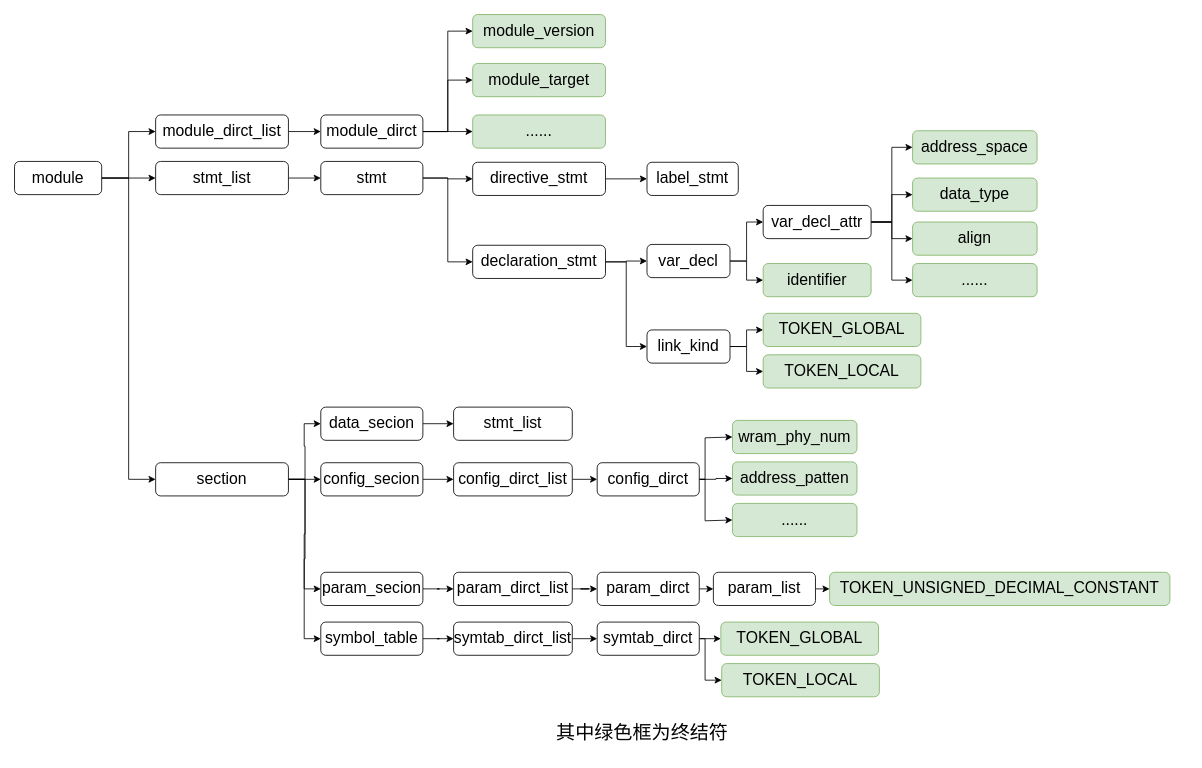
Earlier version of the draw.io diagram new_frontend.drawio (liyp1120/draw.io). Source tidied: cells renumbered, new cells numbered last; positions are measured from the earlier drawing's top-left corner, leaving out a move shared by most shapes. Both pictures are drawn from the tidied source at 83%, with x=0, y=0 at pixel (14, 14).
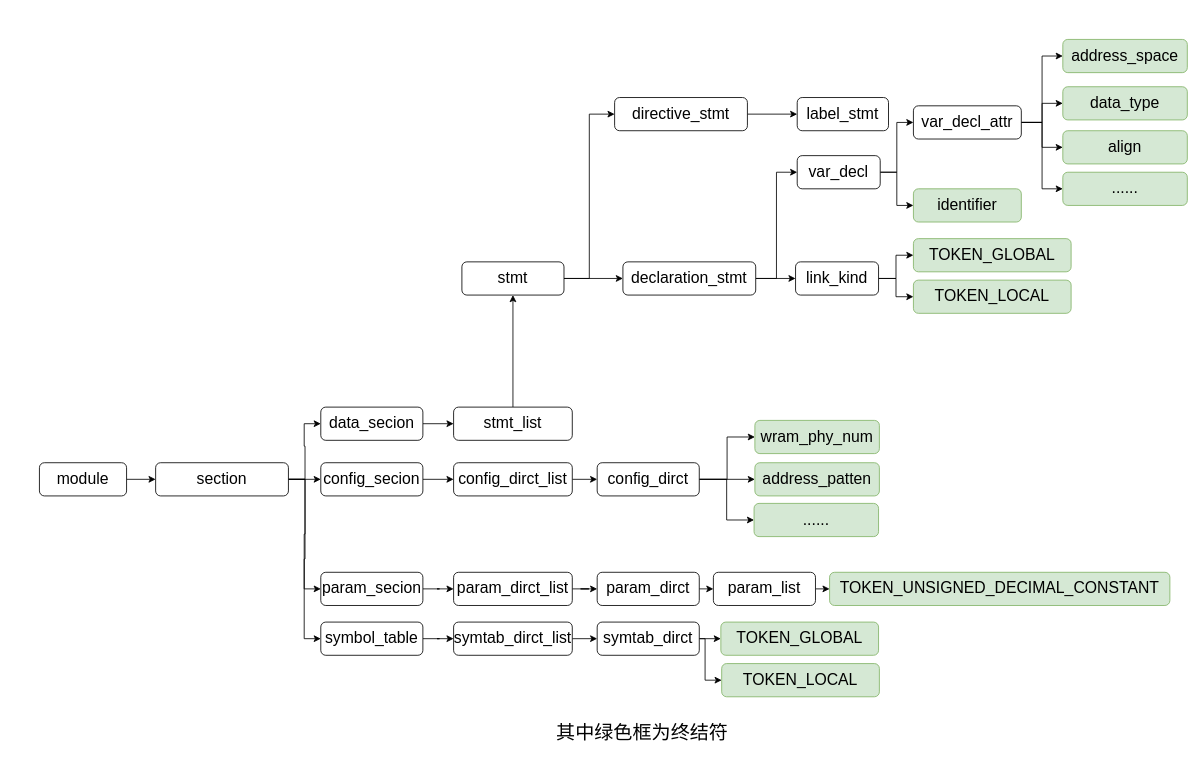
The same diagram, later.

The change refers to these unchanged cells:
```xml
<mxCell id="58" value="&lt;font style=&quot;font-size: 19px;&quot;&gt;stmt_list&lt;/font&gt;" style="rounded=1;whiteSpace=wrap;html=1;" parent="1" vertex="1">
  <mxGeometry x="529" y="473" width="143" height="40" as="geometry" />
</mxCell>
<mxCell id="68" value="&lt;font style=&quot;font-size: 19px;&quot;&gt;config_dirct&lt;/font&gt;" style="rounded=1;whiteSpace=wrap;html=1;" parent="1" vertex="1">
  <mxGeometry x="702" y="540" width="123" height="40" as="geometry" />
</mxCell>
```

What changed in the source:
```diff
@@
-    <mxCell id="3" style="edgeStyle=orthogonalEdgeStyle;rounded=0;jettySize=auto;html=1;exitX=1;exitY=0.5;exitDx=0;exitDy=0;entryX=0;entryY=0.5;entryDx=0;entryDy=0;" parent="1" edge="1" source="6" target="8">
-      <mxGeometry relative="1" as="geometry" />
-    </mxCell>
-    <mxCell id="4" style="edgeStyle=orthogonalEdgeStyle;rounded=0;jettySize=auto;html=1;exitX=1;exitY=0.5;exitDx=0;exitDy=0;entryX=0;entryY=0.5;entryDx=0;entryDy=0;" parent="1" edge="1" source="6" target="10">
-      <mxGeometry relative="1" as="geometry" />
-    </mxCell>
@@
     <mxCell id="6" value="&lt;font style=&quot;font-size: 19px;&quot;&gt;module&lt;/font&gt;" style="rounded=1;whiteSpace=wrap;html=1;" parent="1" vertex="1">
-      <mxGeometry y="177" width="105" height="40" as="geometry" />
+      <mxGeometry x="30" y="540" width="105" height="40" as="geometry" />
     </mxCell>
-    <mxCell id="7" style="edgeStyle=orthogonalEdgeStyle;rounded=0;jettySize=auto;html=1;exitX=1;exitY=0.5;exitDx=0;exitDy=0;entryX=0;entryY=0.5;entryDx=0;entryDy=0;" parent="1" edge="1" source="8" target="36">
-      <mxGeometry relative="1" as="geometry" />
-    </mxCell>
-    <mxCell id="8" value="&lt;font style=&quot;font-size: 19px;&quot;&gt;module_dirct_list&lt;/font&gt;" style="rounded=1;whiteSpace=wrap;html=1;" parent="1" vertex="1">
-      <mxGeometry x="170" y="121" width="160" height="40" as="geometry" />
-    </mxCell>
-    <mxCell id="9" style="edgeStyle=orthogonalEdgeStyle;rounded=0;jettySize=auto;html=1;exitX=1;exitY=0.5;exitDx=0;exitDy=0;entryX=0;entryY=0.5;entryDx=0;entryDy=0;" parent="1" edge="1" source="10" target="39">
-      <mxGeometry relative="1" as="geometry" />
-    </mxCell>
-    <mxCell id="10" value="&lt;font style=&quot;font-size: 19px;&quot;&gt;stmt_list&lt;/font&gt;" style="rounded=1;whiteSpace=wrap;html=1;" parent="1" vertex="1">
-      <mxGeometry x="170" y="177" width="160" height="40" as="geometry" />
-    </mxCell>
-    <mxCell id="11" value="&lt;font style=&quot;font-size: 19px;&quot;&gt;module_version&lt;br&gt;&lt;/font&gt;" style="rounded=1;whiteSpace=wrap;html=1;fillColor=#d5e8d4;strokeColor=#82b366;" parent="1" vertex="1">
-      <mxGeometry x="552" width="160" height="40" as="geometry" />
-    </mxCell>
-    <mxCell id="12" value="&lt;font style=&quot;font-size: 19px;&quot;&gt;module_target&lt;br&gt;&lt;/font&gt;" style="rounded=1;whiteSpace=wrap;html=1;fillColor=#d5e8d4;strokeColor=#82b366;" parent="1" vertex="1">
-      <mxGeometry x="552" y="59" width="160" height="40" as="geometry" />
-    </mxCell>
-    <mxCell id="13" value="&lt;font style=&quot;font-size: 19px;&quot;&gt;......&lt;br&gt;&lt;/font&gt;" style="rounded=1;whiteSpace=wrap;html=1;fillColor=#d5e8d4;strokeColor=#82b366;" parent="1" vertex="1">
-      <mxGeometry x="552" y="121" width="160" height="40" as="geometry" />
-    </mxCell>
@@
     <mxCell id="15" value="&lt;font style=&quot;font-size: 19px;&quot;&gt;directive_stmt&lt;/font&gt;" style="rounded=1;whiteSpace=wrap;html=1;" parent="1" vertex="1">
-      <mxGeometry x="552" y="178" width="160" height="40" as="geometry" />
+      <mxGeometry x="723" y="100" width="160" height="40" as="geometry" />
     </mxCell>
@@
     <mxCell id="18" value="&lt;font style=&quot;font-size: 19px;&quot;&gt;declaration_stmt&lt;/font&gt;" style="rounded=1;whiteSpace=wrap;html=1;" parent="1" vertex="1">
-      <mxGeometry x="552" y="278" width="160" height="40" as="geometry" />
+      <mxGeometry x="733" y="298" width="160" height="40" as="geometry" />
     </mxCell>
     <mxCell id="19" value="&lt;font style=&quot;font-size: 19px;&quot;&gt;label_stmt&lt;/font&gt;" style="rounded=1;whiteSpace=wrap;html=1;" parent="1" vertex="1">
-      <mxGeometry x="762" y="178" width="110" height="40" as="geometry" />
+      <mxGeometry x="943" y="100" width="110" height="40" as="geometry" />
     </mxCell>
@@
     <mxCell id="22" value="&lt;font style=&quot;font-size: 19px;&quot;&gt;var_decl&lt;/font&gt;" style="rounded=1;whiteSpace=wrap;html=1;" parent="1" vertex="1">
-      <mxGeometry x="762" y="277" width="100" height="40" as="geometry" />
+      <mxGeometry x="943" y="170" width="100" height="40" as="geometry" />
     </mxCell>
@@
     <mxCell id="27" value="&lt;font style=&quot;font-size: 19px;&quot;&gt;var_decl_attr&lt;/font&gt;" style="rounded=1;whiteSpace=wrap;html=1;" parent="1" vertex="1">
-      <mxGeometry x="902" y="230" width="130" height="40" as="geometry" />
+      <mxGeometry x="1083" y="110" width="130" height="40" as="geometry" />
     </mxCell>
@@
-    <mxCell id="33" style="edgeStyle=orthogonalEdgeStyle;rounded=0;jettySize=auto;html=1;exitX=1;exitY=0.5;exitDx=0;exitDy=0;entryX=0;entryY=0.5;entryDx=0;entryDy=0;" parent="1" edge="1" source="36" target="11">
-      <mxGeometry relative="1" as="geometry" />
-    </mxCell>
-    <mxCell id="34" style="edgeStyle=orthogonalEdgeStyle;rounded=0;jettySize=auto;html=1;exitX=1;exitY=0.5;exitDx=0;exitDy=0;entryX=0;entryY=0.5;entryDx=0;entryDy=0;" parent="1" edge="1" source="36" target="12">
-      <mxGeometry relative="1" as="geometry" />
-    </mxCell>
-    <mxCell id="35" style="edgeStyle=orthogonalEdgeStyle;rounded=0;jettySize=auto;html=1;exitX=1;exitY=0.5;exitDx=0;exitDy=0;entryX=0;entryY=0.5;entryDx=0;entryDy=0;" parent="1" edge="1" source="36" target="13">
-      <mxGeometry relative="1" as="geometry" />
-    </mxCell>
-    <mxCell id="36" value="&lt;font style=&quot;font-size: 19px;&quot;&gt;module_dirct&lt;/font&gt;" style="rounded=1;whiteSpace=wrap;html=1;" parent="1" vertex="1">
-      <mxGeometry x="369" y="121" width="123" height="40" as="geometry" />
-    </mxCell>
@@
     <mxCell id="39" value="&lt;font style=&quot;font-size: 19px;&quot;&gt;stmt&lt;/font&gt;" style="rounded=1;whiteSpace=wrap;html=1;" parent="1" vertex="1">
-      <mxGeometry x="369" y="177" width="123" height="40" as="geometry" />
+      <mxGeometry x="539" y="298" width="123" height="40" as="geometry" />
     </mxCell>
     <mxCell id="40" value="&lt;font style=&quot;font-size: 19px;&quot;&gt;identifier&lt;/font&gt;" style="rounded=1;whiteSpace=wrap;html=1;fillColor=#d5e8d4;strokeColor=#82b366;" parent="1" vertex="1">
-      <mxGeometry x="902" y="300" width="130" height="40" as="geometry" />
+      <mxGeometry x="1083" y="210" width="130" height="40" as="geometry" />
     </mxCell>
     <mxCell id="41" value="&lt;font style=&quot;font-size: 19px;&quot;&gt;address_space&lt;/font&gt;" style="rounded=1;whiteSpace=wrap;html=1;fillColor=#d5e8d4;strokeColor=#82b366;" parent="1" vertex="1">
-      <mxGeometry x="1082" y="140" width="150" height="40" as="geometry" />
+      <mxGeometry x="1263" y="30" width="150" height="40" as="geometry" />
     </mxCell>
     <mxCell id="42" value="&lt;font style=&quot;font-size: 19px;&quot;&gt;data_type&lt;/font&gt;" style="rounded=1;whiteSpace=wrap;html=1;fillColor=#d5e8d4;strokeColor=#82b366;" parent="1" vertex="1">
-      <mxGeometry x="1082" y="197" width="150" height="40" as="geometry" />
+      <mxGeometry x="1263" y="87" width="150" height="40" as="geometry" />
     </mxCell>
     <mxCell id="43" value="&lt;font style=&quot;font-size: 19px;&quot;&gt;align&lt;/font&gt;" style="rounded=1;whiteSpace=wrap;html=1;fillColor=#d5e8d4;strokeColor=#82b366;" parent="1" vertex="1">
-      <mxGeometry x="1082" y="250" width="150" height="40" as="geometry" />
+      <mxGeometry x="1263" y="140" width="150" height="40" as="geometry" />
     </mxCell>
     <mxCell id="44" value="&lt;font style=&quot;font-size: 19px;&quot;&gt;......&lt;/font&gt;" style="rounded=1;whiteSpace=wrap;html=1;fillColor=#d5e8d4;strokeColor=#82b366;" parent="1" vertex="1">
-      <mxGeometry x="1082" y="300" width="150" height="40" as="geometry" />
+      <mxGeometry x="1263" y="190" width="150" height="40" as="geometry" />
     </mxCell>
@@
     <mxCell id="47" value="&lt;font style=&quot;font-size: 19px;&quot;&gt;link_kind&lt;/font&gt;" style="rounded=1;whiteSpace=wrap;html=1;" parent="1" vertex="1">
-      <mxGeometry x="762" y="380" width="100" height="40" as="geometry" />
+      <mxGeometry x="941" y="298" width="100" height="40" as="geometry" />
     </mxCell>
     <mxCell id="48" value="&lt;font style=&quot;font-size: 19px;&quot;&gt;TOKEN_GLOBAL&lt;/font&gt;" style="rounded=1;whiteSpace=wrap;html=1;fillColor=#d5e8d4;strokeColor=#82b366;" parent="1" vertex="1">
-      <mxGeometry x="902" y="360" width="190" height="40" as="geometry" />
+      <mxGeometry x="1083" y="270" width="190" height="40" as="geometry" />
     </mxCell>
     <mxCell id="49" value="&lt;font style=&quot;font-size: 19px;&quot;&gt;TOKEN_LOCAL&lt;/font&gt;" style="rounded=1;whiteSpace=wrap;html=1;fillColor=#d5e8d4;strokeColor=#82b366;" parent="1" vertex="1">
-      <mxGeometry x="902" y="410" width="190" height="40" as="geometry" />
+      <mxGeometry x="1083" y="320" width="190" height="40" as="geometry" />
     </mxCell>
@@
+    <mxCell id="82" style="edgeStyle=orthogonalEdgeStyle;rounded=0;jettySize=auto;html=1;exitX=0.5;exitY=0;exitDx=0;exitDy=0;entryX=0.5;entryY=1;entryDx=0;entryDy=0;" parent="1" edge="1" source="58" target="39">
+      <mxGeometry relative="1" as="geometry" />
+    </mxCell>
@@
+    <mxCell id="66" style="edgeStyle=orthogonalEdgeStyle;rounded=0;jettySize=auto;html=1;exitX=1;exitY=0.5;exitDx=0;exitDy=0;entryX=0;entryY=0.5;entryDx=0;entryDy=0;" parent="1" edge="1" source="68" target="71">
+      <mxGeometry relative="1" as="geometry" />
+    </mxCell>
     <mxCell id="65" style="edgeStyle=orthogonalEdgeStyle;rounded=0;jettySize=auto;html=1;exitX=1;exitY=0.5;exitDx=0;exitDy=0;entryX=0;entryY=0.5;entryDx=0;entryDy=0;" parent="1" edge="1" source="68" target="70">
-      <mxGeometry relative="1" as="geometry">
-        <Array as="points">
-          <mxPoint x="832" y="560" />
-          <mxPoint x="832" y="510" />
-        </Array>
-      </mxGeometry>
+      <mxGeometry relative="1" as="geometry" />
     </mxCell>
-    <mxCell id="66" style="edgeStyle=orthogonalEdgeStyle;rounded=0;jettySize=auto;html=1;exitX=1;exitY=0.5;exitDx=0;exitDy=0;entryX=0;entryY=0.5;entryDx=0;entryDy=0;" parent="1" edge="1" source="68" target="71">
-      <mxGeometry relative="1" as="geometry" />
-    </mxCell>
     <mxCell id="67" style="edgeStyle=orthogonalEdgeStyle;rounded=0;jettySize=auto;html=1;exitX=1;exitY=0.5;exitDx=0;exitDy=0;entryX=0;entryY=0.5;entryDx=0;entryDy=0;" parent="1" edge="1" source="68" target="69">
-      <mxGeometry relative="1" as="geometry">
-        <Array as="points">
-          <mxPoint x="832" y="560" />
-          <mxPoint x="832" y="610" />
-        </Array>
-      </mxGeometry>
+      <mxGeometry relative="1" as="geometry" />
     </mxCell>
@@
     <mxCell id="69" value="&lt;font style=&quot;font-size: 19px;&quot;&gt;......&lt;/font&gt;" style="rounded=1;whiteSpace=wrap;html=1;fillColor=#d5e8d4;strokeColor=#82b366;" parent="1" vertex="1">
-      <mxGeometry x="865" y="589" width="150" height="40" as="geometry" />
+      <mxGeometry x="891" y="589" width="150" height="40" as="geometry" />
     </mxCell>
     <mxCell id="70" value="&lt;font style=&quot;font-size: 19px;&quot;&gt;wram_phy_num&lt;/font&gt;" style="rounded=1;whiteSpace=wrap;html=1;fillColor=#d5e8d4;strokeColor=#82b366;" parent="1" vertex="1">
-      <mxGeometry x="865" y="489" width="150" height="40" as="geometry" />
+      <mxGeometry x="892" y="489" width="150" height="40" as="geometry" />
     </mxCell>
     <mxCell id="71" value="&lt;font style=&quot;font-size: 19px;&quot;&gt;address_patten&lt;/font&gt;" style="rounded=1;whiteSpace=wrap;html=1;fillColor=#d5e8d4;strokeColor=#82b366;" parent="1" vertex="1">
-      <mxGeometry x="865" y="539" width="150" height="40" as="geometry" />
+      <mxGeometry x="892" y="540" width="150" height="40" as="geometry" />
     </mxCell>
```
